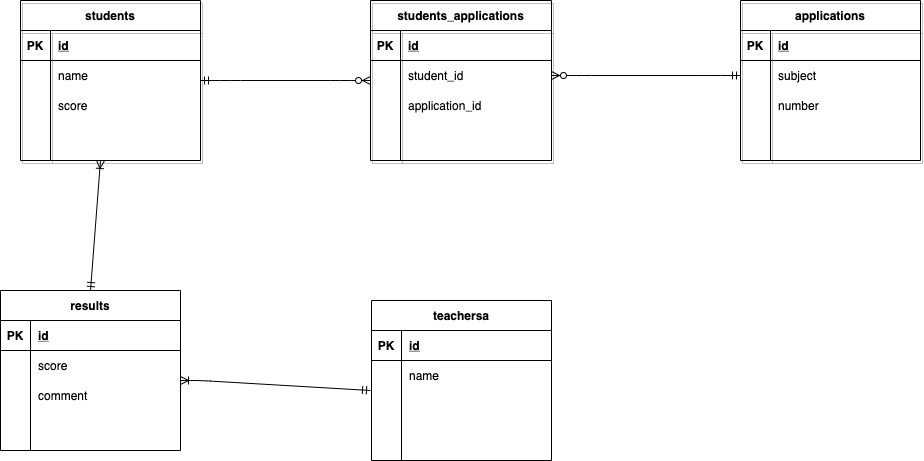
The draw.io diagram index.drawio.png in tokouyuuki/DB, before a commit. Source tidied: cells renumbered, new cells last; positions are measured from the earlier drawing's top-left corner, leaving out a move shared by most shapes.
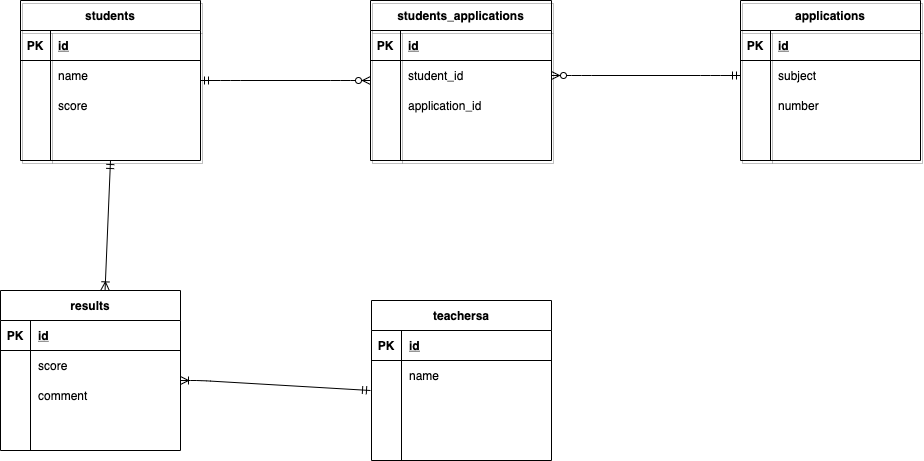
The same file after the commit.

Change to the diagram source:
```diff
@@ -215,10 +215,8 @@
         </Array>
       </mxGeometry>
     </mxCell>
-    <mxCell id="70" style="fontSize=12;html=1;endArrow=ERoneToMany;startArrow=ERmandOne;exitX=0.5;exitY=0;exitDx=0;exitDy=0;" parent="1" edge="1" source="56">
-      <mxGeometry relative="1" as="geometry">
-        <mxPoint x="100" y="160" as="targetPoint" />
-      </mxGeometry>
+    <mxCell id="70" style="fontSize=12;html=1;endArrow=ERoneToMany;startArrow=ERmandOne;entryX=0.581;entryY=-0.004;entryDx=0;entryDy=0;entryPerimeter=0;exitX=0.5;exitY=1;exitDx=0;exitDy=0;" parent="1" edge="1" source="2" target="56">
+      <mxGeometry relative="1" as="geometry" />
     </mxCell>
   </root>
 </mxGraphModel>
```
